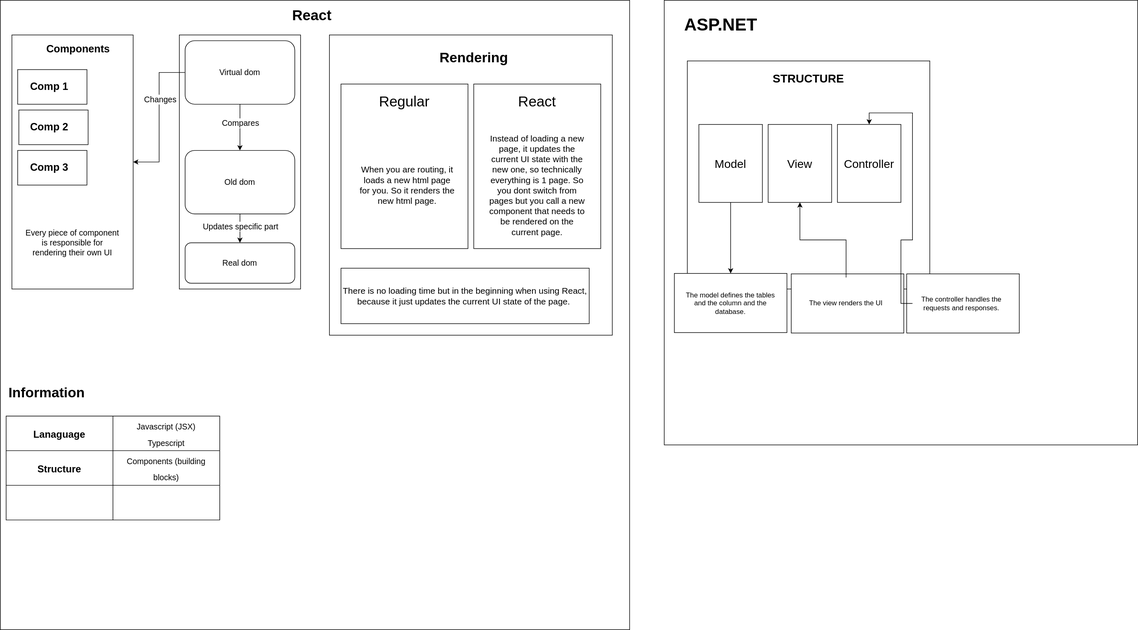
SelimD024/Geoprofs keeps this draw.io diagram as GeoCore/Geo structure.svg. Above is the earlier version. Source tidied: cells renumbered, new cells last; positions are measured from the earlier drawing's top-left corner, leaving out a move shared by most shapes.
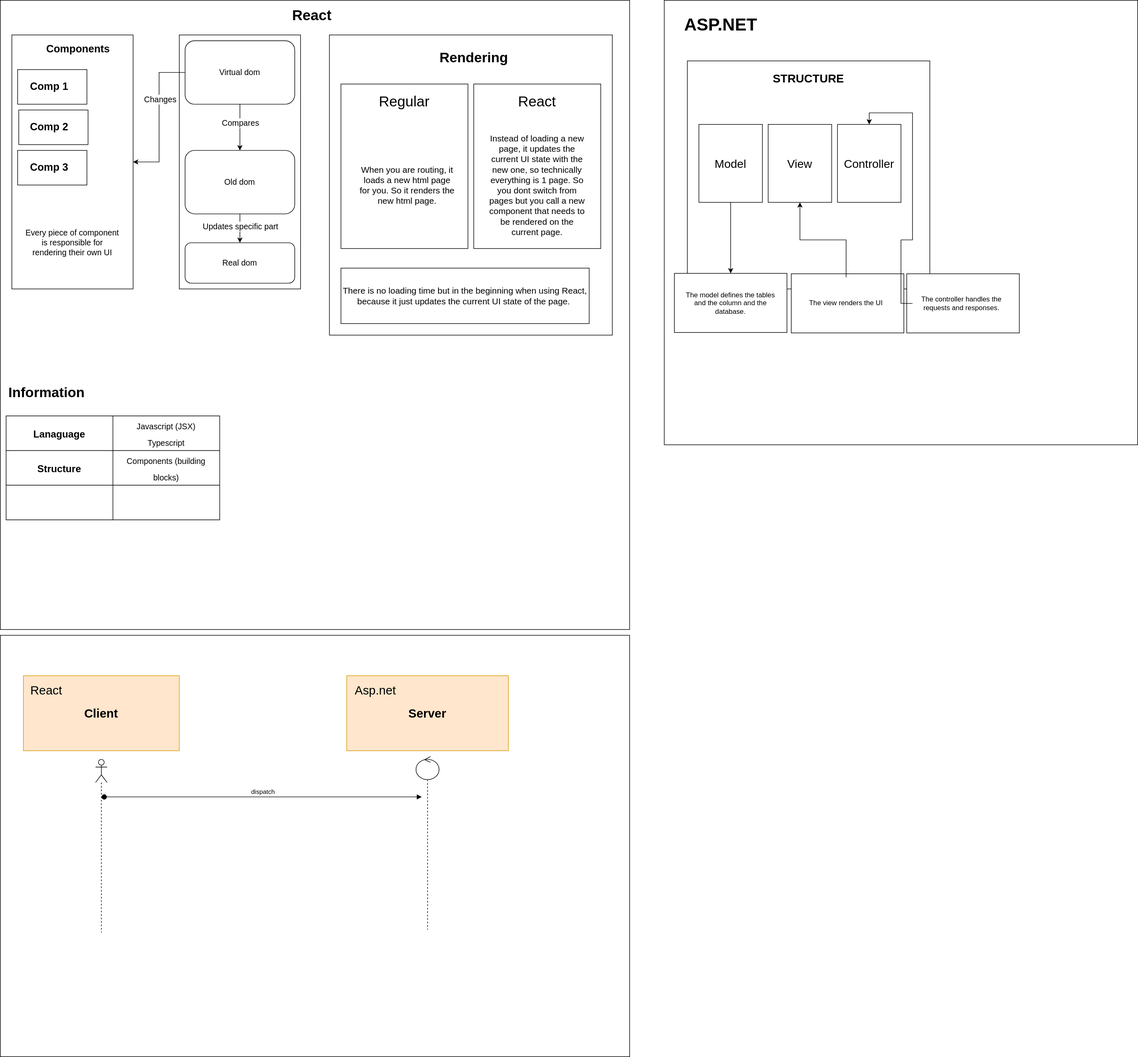
Later version of the same file.

Commit message:
Een draw io structuur voor onze applicatie

The edit, as a diff of the source:
```diff
@@ -179,5 +179,32 @@
     <mxCell id="60" value="The controller handles the requests and responses." style="text;html=1;strokeColor=none;fillColor=none;align=center;verticalAlign=middle;whiteSpace=wrap;rounded=0;" parent="1" vertex="1">
       <mxGeometry x="1580" y="480" width="170" height="90" as="geometry" />
     </mxCell>
+    <mxCell id="61" style="rounded=0;whiteSpace=wrap;html=1;" parent="1" vertex="1">
+      <mxGeometry y="1100" width="1090" height="730" as="geometry" />
+    </mxCell>
+    <mxCell id="62" value="&lt;b&gt;&lt;font style=&quot;font-size: 21px;&quot;&gt;Client&lt;/font&gt;&lt;/b&gt;" style="rounded=0;whiteSpace=wrap;html=1;fillColor=#ffe6cc;strokeColor=#d79b00;" parent="1" vertex="1">
+      <mxGeometry x="40" y="1170" width="270" height="130" as="geometry" />
+    </mxCell>
+    <mxCell id="63" value="&lt;span&gt;React&lt;/span&gt;" style="text;html=1;strokeColor=none;fillColor=none;align=center;verticalAlign=middle;whiteSpace=wrap;rounded=0;fontSize=21;fontStyle=0;" parent="1" vertex="1">
+      <mxGeometry x="50" y="1180" width="60" height="30" as="geometry" />
+    </mxCell>
+    <mxCell id="64" value="&lt;b&gt;&lt;font style=&quot;font-size: 21px;&quot;&gt;Server&lt;/font&gt;&lt;/b&gt;" style="rounded=0;whiteSpace=wrap;html=1;fillColor=#ffe6cc;strokeColor=#d79b00;" parent="1" vertex="1">
+      <mxGeometry x="600" y="1170" width="280" height="130" as="geometry" />
+    </mxCell>
+    <mxCell id="65" value="&lt;span&gt;Asp.net&lt;/span&gt;" style="text;html=1;strokeColor=none;fillColor=none;align=center;verticalAlign=middle;whiteSpace=wrap;rounded=0;fontSize=21;fontStyle=0;" parent="1" vertex="1">
+      <mxGeometry x="620" y="1180" width="60" height="30" as="geometry" />
+    </mxCell>
+    <mxCell id="66" style="shape=umlLifeline;participant=umlActor;perimeter=lifelinePerimeter;whiteSpace=wrap;html=1;verticalAlign=top;spacingTop=36;fontSize=21;" parent="1" vertex="1">
+      <mxGeometry x="165" y="1315" width="20" height="300" as="geometry" />
+    </mxCell>
+    <mxCell id="67" style="shape=umlLifeline;participant=umlControl;perimeter=lifelinePerimeter;whiteSpace=wrap;html=1;verticalAlign=top;spacingTop=36;fontSize=21;" parent="1" vertex="1">
+      <mxGeometry x="720" y="1310" width="40" height="300" as="geometry" />
+    </mxCell>
+    <mxCell id="68" value="dispatch" style="html=1;verticalAlign=bottom;startArrow=oval;startFill=1;endArrow=block;startSize=8;rounded=0;" parent="1" edge="1">
+      <mxGeometry relative="1" as="geometry">
+        <mxPoint x="180" y="1380" as="sourcePoint" />
+        <mxPoint x="730" y="1380" as="targetPoint" />
+      </mxGeometry>
+    </mxCell>
   </root>
 </mxGraphModel>
```
